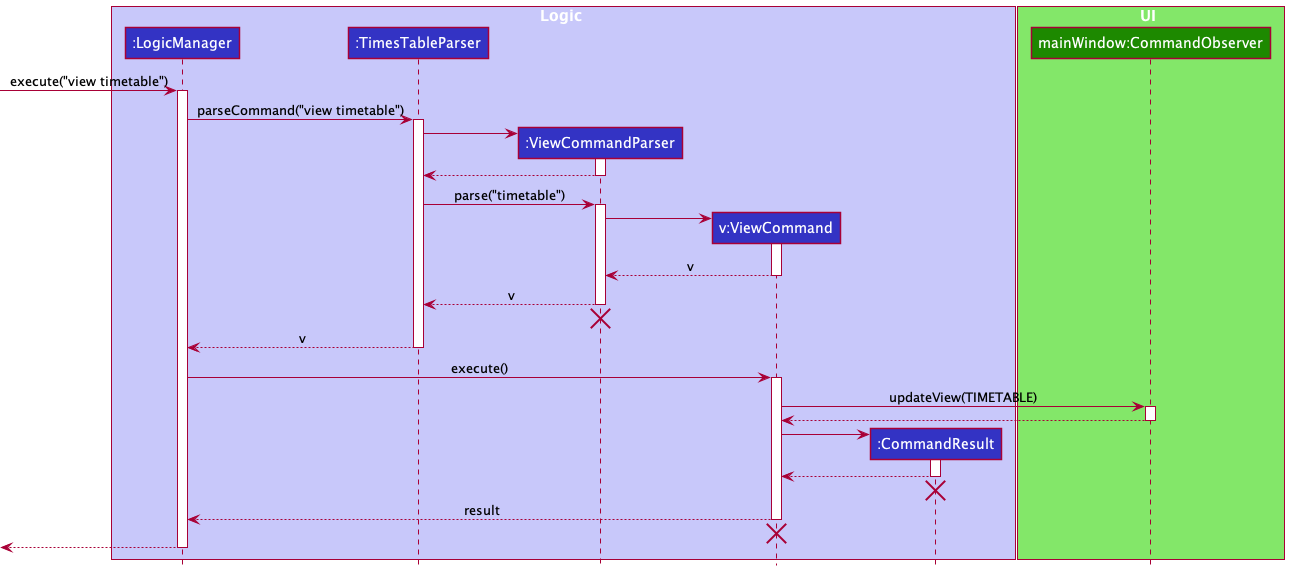
Earlier version of the PlantUML export docs/images/ViewSequenceDiagram.png (softmagnet/tp).
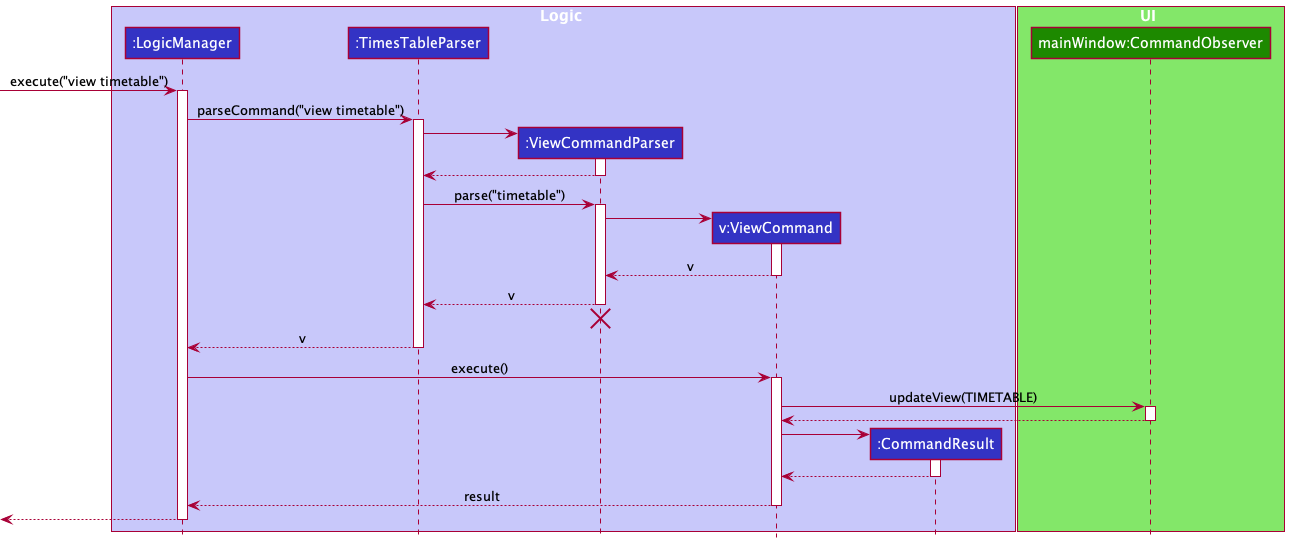
The same file after the commit.

Commit message:
Remove X from sequence diagrams

Change to the diagram source:
```diff
@@ -59,13 +59,9 @@
 
 CommandResult --> ViewCommand
 deactivate CommandResult
-CommandResult -[hidden]-> TimesTableParser
-destroy CommandResult
 
 ViewCommand --> LogicManager : result
 deactivate ViewCommand
-ViewCommand -[hidden]-> TimesTableParser
-destroy ViewCommand
 
 [<--LogicManager
 deactivate LogicManager
```
